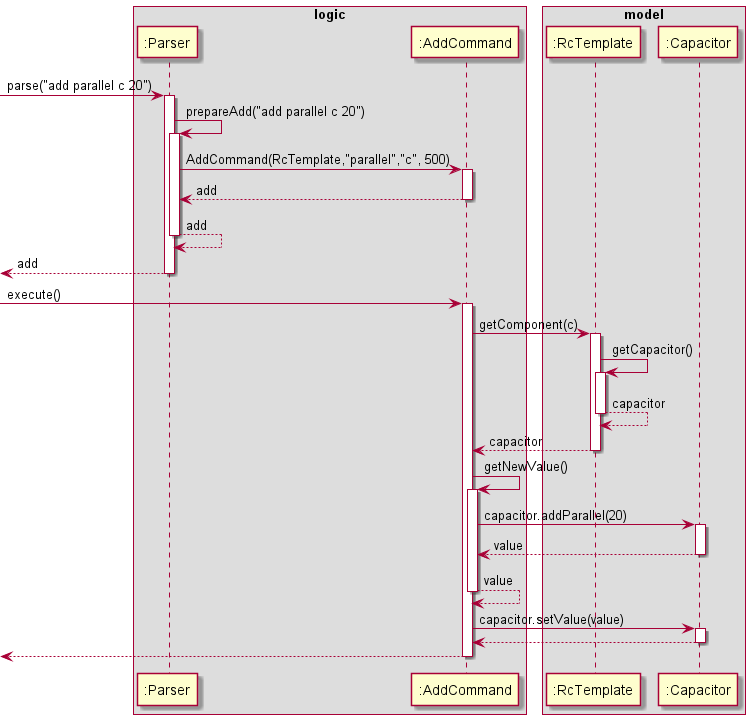
Earlier version of the PlantUML export docs/diagrams/AddSequenceDiagram.png (sevenseasofbri/tp).
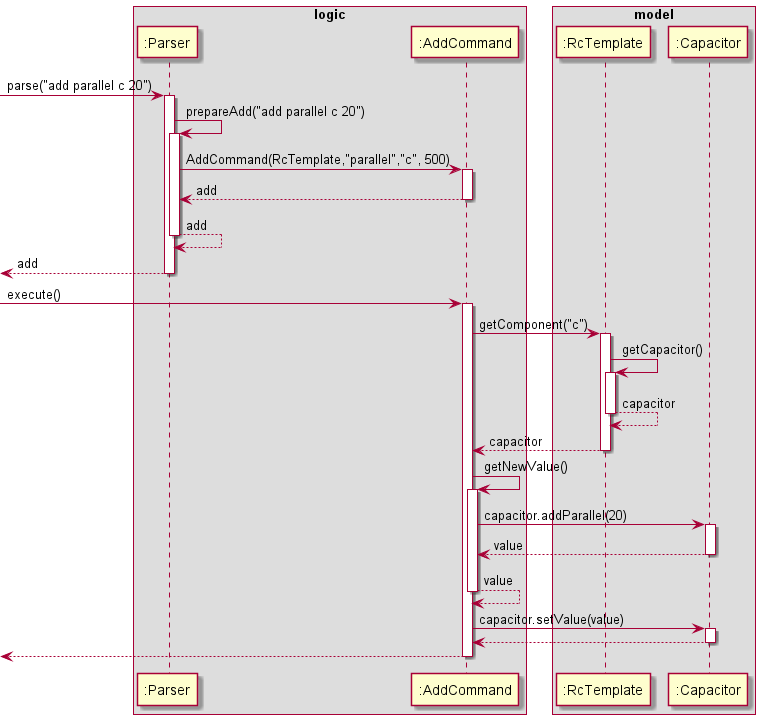
After the change.

Change to the diagram source:
```diff
@@ -31,7 +31,7 @@
 [-> AddCommand: execute()
 activate AddCommand
 
-AddCommand -> RcTemplate : getComponent(c)
+AddCommand -> RcTemplate : getComponent("c")
 activate RcTemplate
 
 RcTemplate -> RcTemplate : getCapacitor()
```
